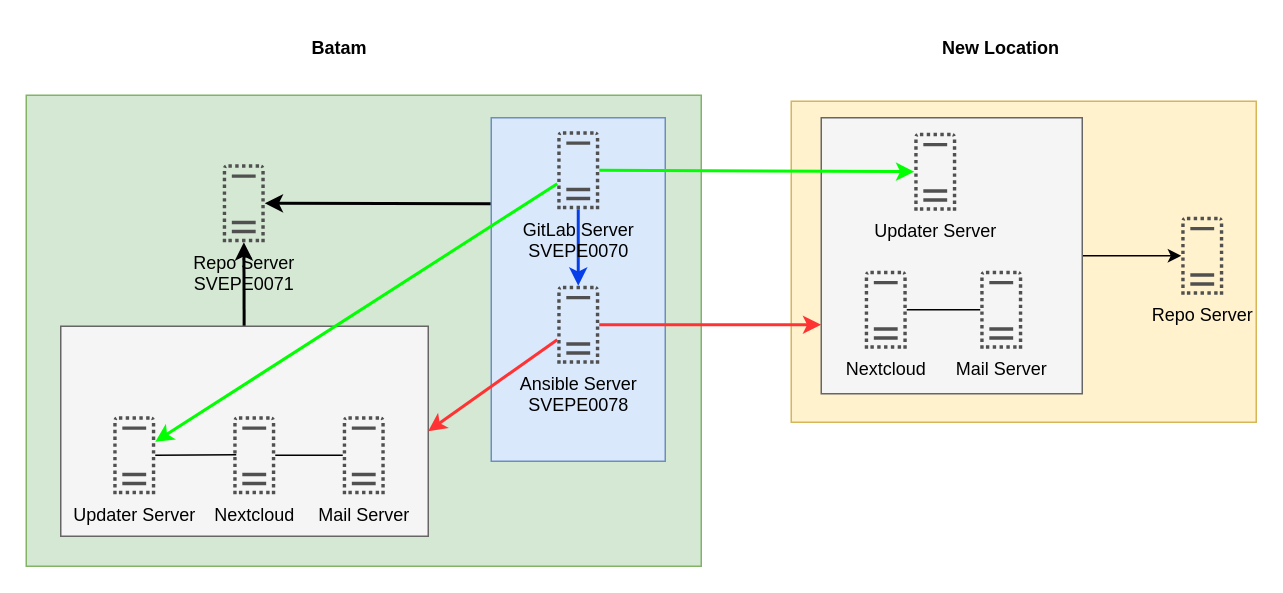
Before: nextcloud.drawio in iippam/proyek-01, a draw.io diagram. Source tidied: cells renumbered, new cells numbered last; positions are measured from the earlier drawing's top-left corner, leaving out a move shared by most shapes. Both pictures are drawn from the tidied source at 150%, with x=0, y=0 at pixel (26, 26).
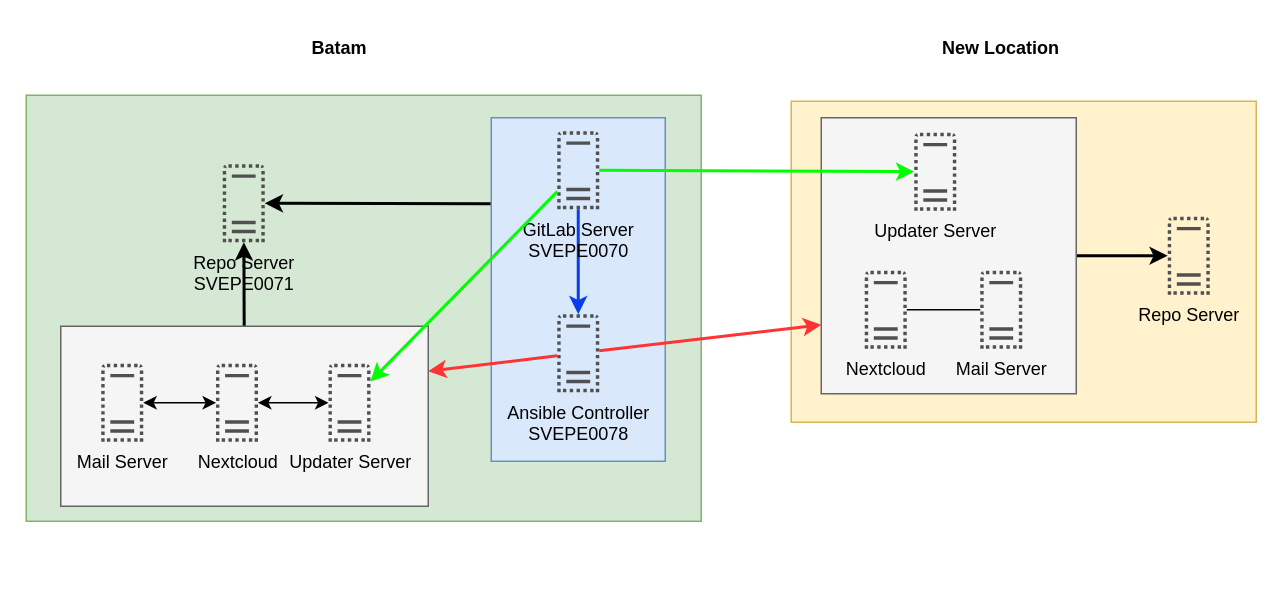
After the change.

What changed in the source:
```diff
@@
     <mxCell id="3" style="rounded=0;whiteSpace=wrap;html=1;fillColor=#d5e8d4;strokeColor=#82b366;" parent="1" vertex="1">
-      <mxGeometry y="46" width="450" height="314" as="geometry" />
+      <mxGeometry y="46" width="450" height="284" as="geometry" />
     </mxCell>
@@
     <mxCell id="7" style="rounded=0;whiteSpace=wrap;html=1;fillColor=#f5f5f5;strokeColor=#666666;fontColor=#333333;" parent="1" vertex="1">
-      <mxGeometry x="23" y="200" width="245" height="140" as="geometry" />
+      <mxGeometry x="23" y="200" width="245" height="120" as="geometry" />
     </mxCell>
     <mxCell id="8" value="Nextcloud" style="sketch=0;shadow=0;dashed=0;html=1;strokeColor=none;fillColor=#505050;labelPosition=center;verticalLabelPosition=bottom;verticalAlign=top;outlineConnect=0;align=center;shape=mxgraph.office.servers.virtual_server;" parent="1" vertex="1">
-      <mxGeometry x="138" y="260" width="28" height="52" as="geometry" />
+      <mxGeometry x="126.5" y="225" width="28" height="52" as="geometry" />
     </mxCell>
-    <mxCell id="9" value="Mail Server" style="sketch=0;shadow=0;dashed=0;html=1;strokeColor=none;fillColor=#505050;labelPosition=center;verticalLabelPosition=bottom;verticalAlign=top;outlineConnect=0;align=center;shape=mxgraph.office.servers.virtual_server;" parent="1" vertex="1">
-      <mxGeometry x="211" y="260" width="28" height="52" as="geometry" />
-    </mxCell>
@@
-    <mxCell id="12" value="Ansible Server&lt;br&gt;SVEPE0078" style="sketch=0;shadow=0;dashed=0;html=1;strokeColor=none;fillColor=#505050;labelPosition=center;verticalLabelPosition=bottom;verticalAlign=top;outlineConnect=0;align=center;shape=mxgraph.office.servers.virtual_server;" parent="1" vertex="1">
-      <mxGeometry x="354" y="173" width="28" height="52" as="geometry" />
+    <mxCell id="12" value="Ansible Controller&lt;br&gt;SVEPE0078" style="sketch=0;shadow=0;dashed=0;html=1;strokeColor=none;fillColor=#505050;labelPosition=center;verticalLabelPosition=bottom;verticalAlign=top;outlineConnect=0;align=center;shape=mxgraph.office.servers.virtual_server;" parent="1" vertex="1">
+      <mxGeometry x="354" y="192" width="28" height="52" as="geometry" />
     </mxCell>
     <mxCell id="13" value="Updater Server" style="sketch=0;shadow=0;dashed=0;html=1;strokeColor=none;fillColor=#505050;labelPosition=center;verticalLabelPosition=bottom;verticalAlign=top;outlineConnect=0;align=center;shape=mxgraph.office.servers.virtual_server;" parent="1" vertex="1">
-      <mxGeometry x="58" y="260" width="28" height="52" as="geometry" />
+      <mxGeometry x="201.5" y="225" width="28" height="52" as="geometry" />
     </mxCell>
@@
-    <mxCell id="16" style="endArrow=none;html=1;rounded=0;" parent="1" edge="1" source="8" target="9">
-      <mxGeometry relative="1" as="geometry" />
-    </mxCell>
-    <mxCell id="17" style="endArrow=none;html=1;rounded=0;entryX=0.071;entryY=0.493;entryDx=0;entryDy=0;entryPerimeter=0;" parent="1" edge="1" source="13" target="8">
-      <mxGeometry relative="1" as="geometry" />
-    </mxCell>
-    <mxCell id="18" style="edgeStyle=none;rounded=0;jettySize=auto;html=1;exitX=1;exitY=0.5;exitDx=0;exitDy=0;" parent="1" edge="1" source="19" target="22">
+    <mxCell id="18" style="edgeStyle=none;rounded=0;jettySize=auto;html=1;exitX=1;exitY=0.5;exitDx=0;exitDy=0;strokeWidth=2;" parent="1" edge="1" source="19" target="22">
       <mxGeometry relative="1" as="geometry" />
     </mxCell>
     <mxCell id="19" style="rounded=0;whiteSpace=wrap;html=1;fillColor=#f5f5f5;strokeColor=#666666;fontColor=#333333;" parent="1" vertex="1">
-      <mxGeometry x="530" y="61" width="174" height="184" as="geometry" />
+      <mxGeometry x="530" y="61" width="170" height="184" as="geometry" />
     </mxCell>
@@
     <mxCell id="22" value="Repo Server" style="sketch=0;shadow=0;dashed=0;html=1;strokeColor=none;fillColor=#505050;labelPosition=center;verticalLabelPosition=bottom;verticalAlign=top;outlineConnect=0;align=center;shape=mxgraph.office.servers.virtual_server;" parent="1" vertex="1">
-      <mxGeometry x="770" y="127" width="28" height="52" as="geometry" />
+      <mxGeometry x="761" y="127" width="28" height="52" as="geometry" />
     </mxCell>
@@
-    <mxCell id="28" style="edgeStyle=none;rounded=0;jettySize=auto;html=1;entryX=1;entryY=0.5;entryDx=0;entryDy=0;strokeColor=#FF3333;strokeWidth=2;" parent="1" edge="1" source="12" target="7">
+    <mxCell id="28" style="edgeStyle=none;rounded=0;jettySize=auto;html=1;entryX=1;entryY=0.25;entryDx=0;entryDy=0;strokeColor=#FF3333;strokeWidth=2;" parent="1" edge="1" source="12" target="7">
       <mxGeometry relative="1" as="geometry" />
     </mxCell>
@@
+    <mxCell id="9" value="Mail Server" style="sketch=0;shadow=0;dashed=0;html=1;strokeColor=none;fillColor=#505050;labelPosition=center;verticalLabelPosition=bottom;verticalAlign=top;outlineConnect=0;align=center;shape=mxgraph.office.servers.virtual_server;" parent="1" vertex="1">
+      <mxGeometry x="50" y="225" width="28" height="52" as="geometry" />
+    </mxCell>
+    <mxCell id="30" style="endArrow=classic;startArrow=classic;html=1;rounded=0;" parent="1" edge="1" source="8" target="13">
+      <mxGeometry relative="1" as="geometry" />
+    </mxCell>
+    <mxCell id="31" style="endArrow=classic;startArrow=classic;html=1;rounded=0;" parent="1" edge="1" source="9" target="8">
+      <mxGeometry relative="1" as="geometry" />
+    </mxCell>
```
